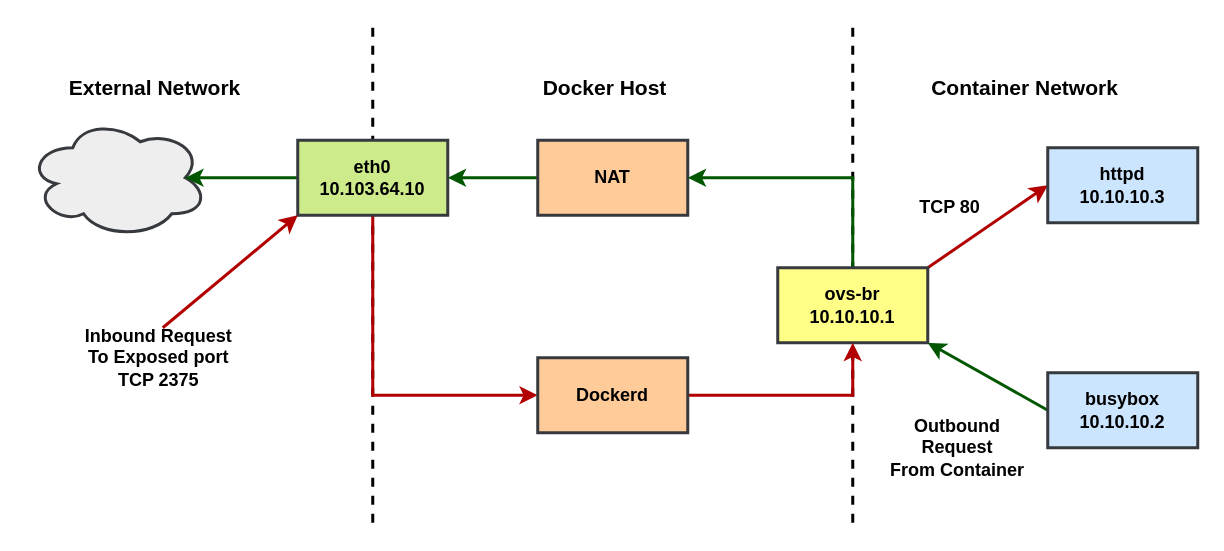
Above: docker ovs dnat.drawio in ctimbai/draw.io (draw.io), before the change. Source tidied: cells renumbered, new cells numbered last; positions are measured from the earlier drawing's top-left corner, leaving out a move shared by most shapes. Both pictures are drawn from the tidied source at 150%, with x=0, y=0 at pixel (27, 27).
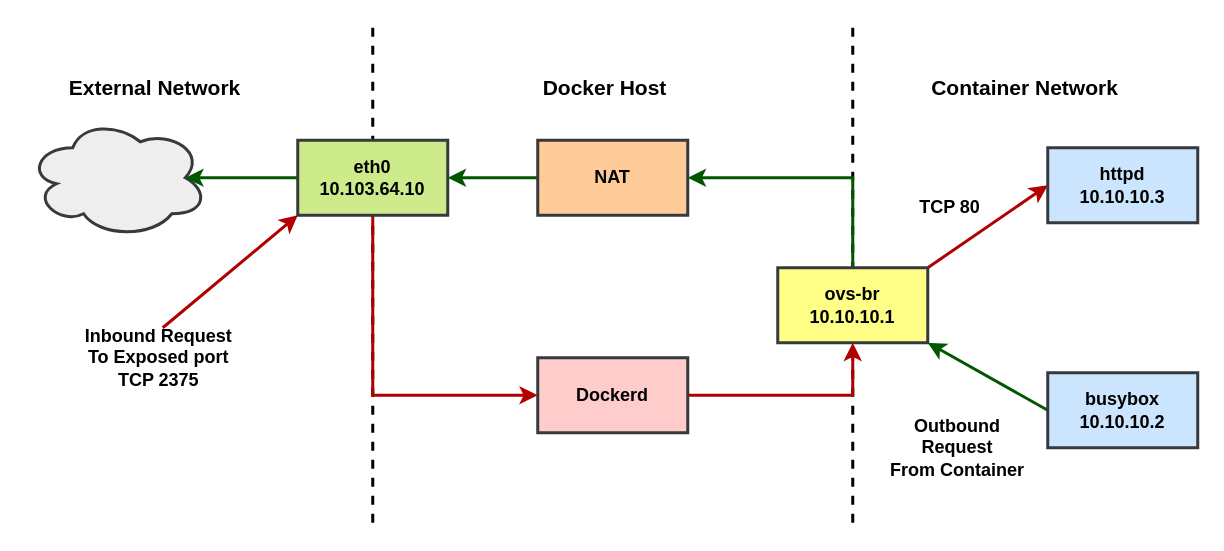
After the change.

What changed in the source:
```diff
@@
-    <mxCell id="22" value="&lt;b&gt;Dockerd&lt;/b&gt;" style="rounded=0;whiteSpace=wrap;html=1;strokeWidth=2;fillColor=#ffcc99;strokeColor=#36393d;" parent="1" vertex="1">
+    <mxCell id="22" value="&lt;b&gt;Dockerd&lt;/b&gt;" style="rounded=0;whiteSpace=wrap;html=1;strokeWidth=2;fillColor=#ffcccc;strokeColor=#36393d;" parent="1" vertex="1">
       <mxGeometry x="340" y="220" width="100" height="50" as="geometry" />
     </mxCell>
```
